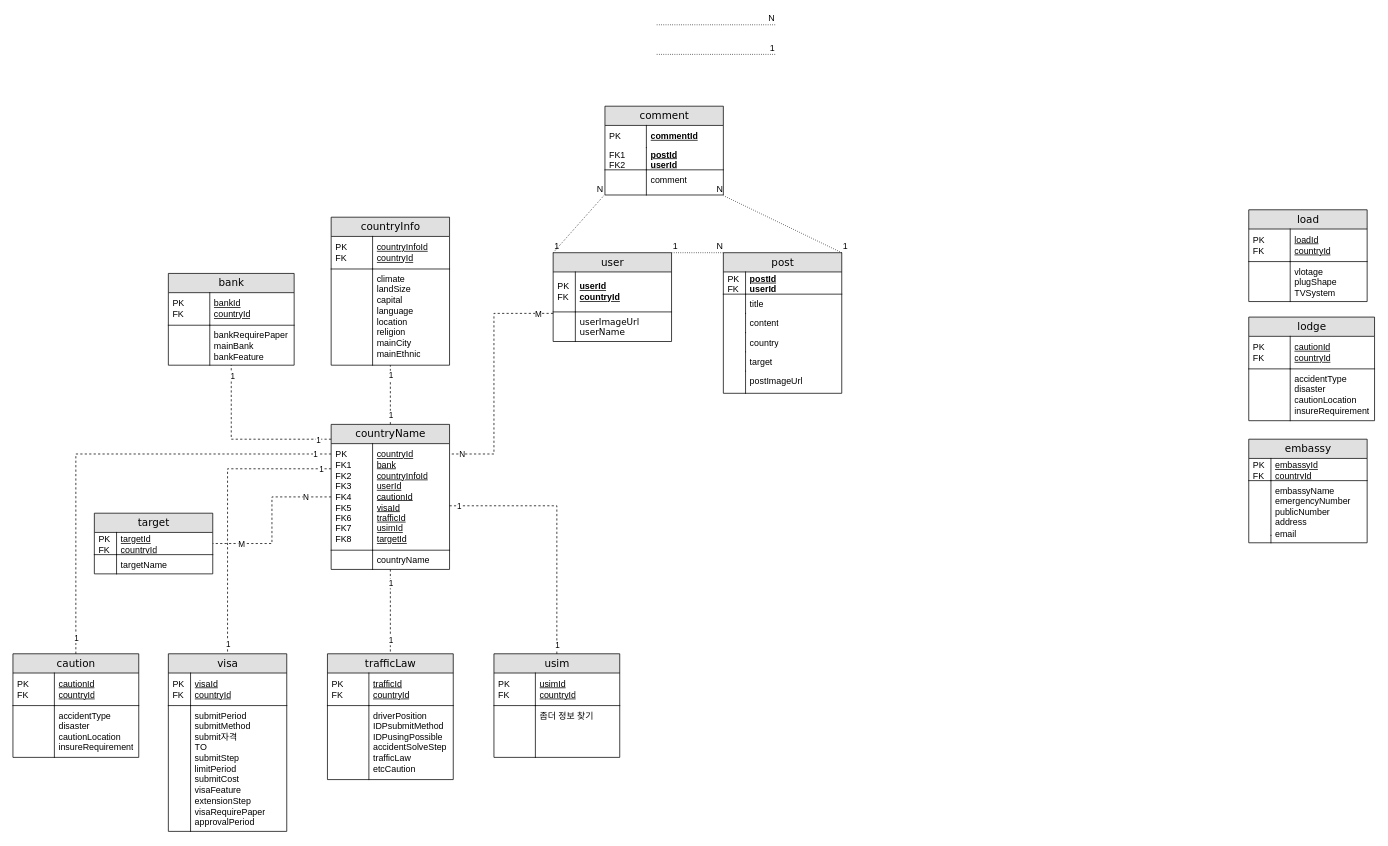
Before: ERD.drawio in qwe1234k/finalProjectERD, a draw.io diagram. Source tidied: cells renumbered, new cells numbered last; positions are measured from the earlier drawing's top-left corner, leaving out a move shared by most shapes. Both pictures are drawn from the tidied source at 74%, with x=0, y=0 at pixel (13, 24).
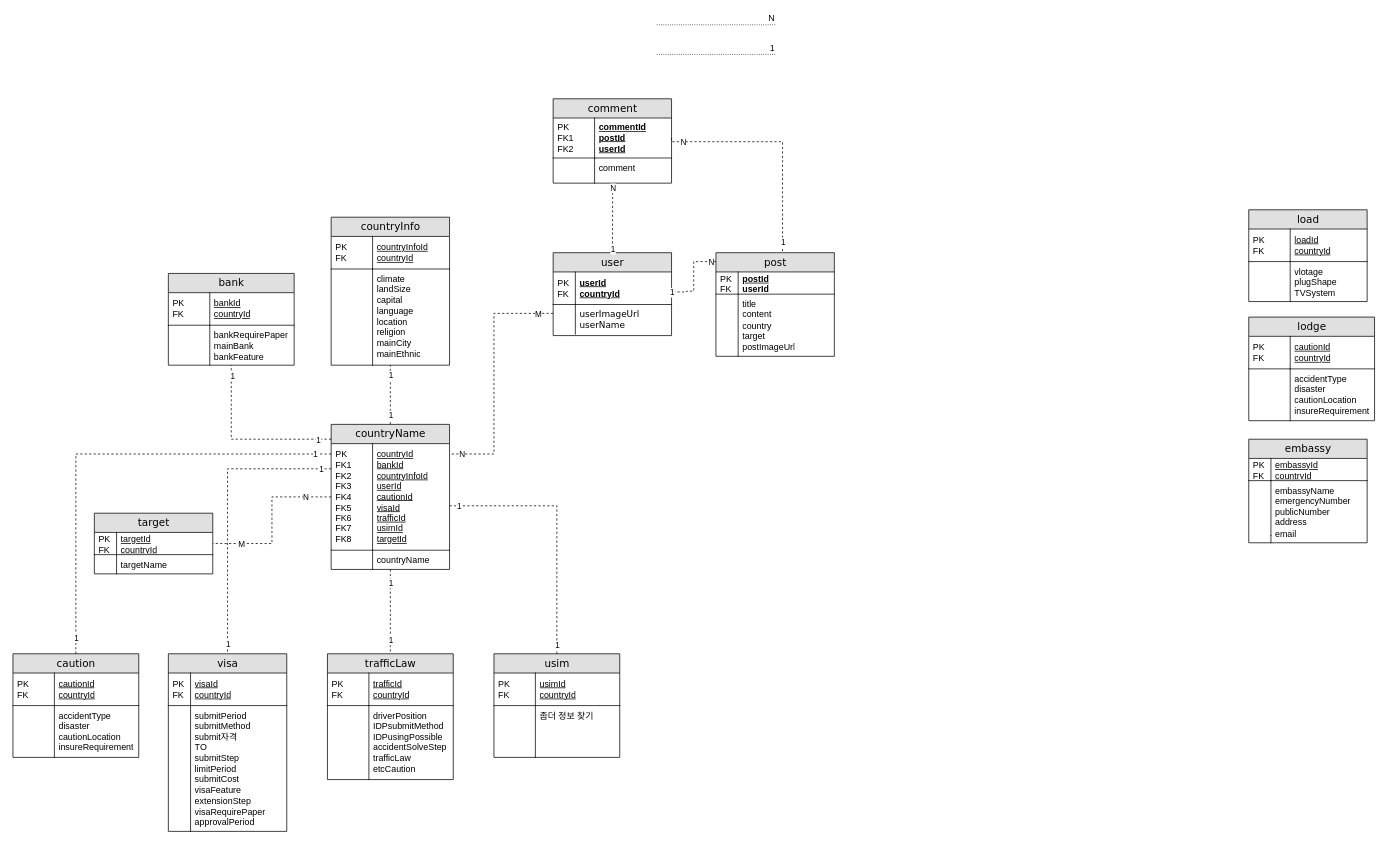
The same diagram, later.

Unchanged cells that the change refers to:
```xml
<mxCell id="92" value="countryName" style="swimlane;html=1;fontStyle=0;horizontal=1;startSize=26;fillColor=#e0e0e0;swimlaneFillColor=#ffffff;align=center;rounded=0;shadow=0;comic=0;labelBackgroundColor=none;strokeWidth=1;fontFamily=Verdana;fontSize=14;" parent="1" vertex="1">
  <mxGeometry x="430" y="540" width="160" height="196" as="geometry" />
</mxCell>
```

Diff of the diagram source:
```diff
@@
     <mxCell id="7" value="post" style="swimlane;html=1;fontStyle=0;horizontal=1;startSize=26;fillColor=#e0e0e0;swimlaneFillColor=#ffffff;align=center;rounded=0;shadow=0;comic=0;labelBackgroundColor=none;strokeWidth=1;fontFamily=Verdana;fontSize=14;" parent="1" vertex="1">
-      <mxGeometry x="960" y="308" width="160" height="190" as="geometry" />
+      <mxGeometry x="950" y="308" width="160" height="140" as="geometry" />
     </mxCell>
@@
-    <mxCell id="10" value="title" style="shape=partialRectangle;top=0;left=0;right=0;bottom=0;html=1;align=left;verticalAlign=top;fillColor=none;spacingLeft=34;spacingRight=4;whiteSpace=wrap;overflow=hidden;" parent="7" vertex="1">
-      <mxGeometry y="56" width="160" height="26" as="geometry" />
+    <mxCell id="10" value="title&lt;br&gt;content&lt;br&gt;country&lt;br&gt;target&lt;br&gt;postImageUrl" style="shape=partialRectangle;top=0;left=0;right=0;bottom=0;html=1;align=left;verticalAlign=top;fillColor=none;spacingLeft=34;spacingRight=4;whiteSpace=wrap;overflow=hidden;" parent="7" vertex="1">
+      <mxGeometry y="56" width="160" height="84" as="geometry" />
     </mxCell>
     <mxCell id="11" style="shape=partialRectangle;top=0;left=0;bottom=0;html=1;fillColor=none;align=left;verticalAlign=top;spacingLeft=4;spacingRight=4;whiteSpace=wrap;overflow=hidden;" parent="10" vertex="1">
-      <mxGeometry width="30" height="26" as="geometry" />
+      <mxGeometry width="30" height="84" as="geometry" />
     </mxCell>
-    <mxCell id="12" value="content" style="shape=partialRectangle;top=0;left=0;right=0;bottom=0;html=1;align=left;verticalAlign=top;fillColor=none;spacingLeft=34;spacingRight=4;whiteSpace=wrap;overflow=hidden;" parent="7" vertex="1">
-      <mxGeometry y="82" width="160" height="26" as="geometry" />
-    </mxCell>
-    <mxCell id="13" style="shape=partialRectangle;top=0;left=0;bottom=0;html=1;fillColor=none;align=left;verticalAlign=top;spacingLeft=4;spacingRight=4;whiteSpace=wrap;overflow=hidden;" parent="12" vertex="1">
-      <mxGeometry width="30" height="26" as="geometry" />
-    </mxCell>
-    <mxCell id="14" value="country" style="shape=partialRectangle;top=0;left=0;right=0;bottom=0;html=1;align=left;verticalAlign=top;fillColor=none;spacingLeft=34;spacingRight=4;whiteSpace=wrap;overflow=hidden;" parent="7" vertex="1">
-      <mxGeometry y="108" width="160" height="26" as="geometry" />
-    </mxCell>
-    <mxCell id="15" style="shape=partialRectangle;top=0;left=0;bottom=0;html=1;fillColor=none;align=left;verticalAlign=top;spacingLeft=4;spacingRight=4;whiteSpace=wrap;overflow=hidden;" parent="14" vertex="1">
-      <mxGeometry width="30" height="26" as="geometry" />
-    </mxCell>
-    <mxCell id="16" value="target" style="shape=partialRectangle;top=0;left=0;right=0;bottom=0;html=1;align=left;verticalAlign=top;fillColor=none;spacingLeft=34;spacingRight=4;whiteSpace=wrap;overflow=hidden;" parent="7" vertex="1">
-      <mxGeometry y="134" width="160" height="26" as="geometry" />
-    </mxCell>
-    <mxCell id="17" style="shape=partialRectangle;top=0;left=0;bottom=0;html=1;fillColor=none;align=left;verticalAlign=top;spacingLeft=4;spacingRight=4;whiteSpace=wrap;overflow=hidden;" parent="16" vertex="1">
-      <mxGeometry width="30" height="26" as="geometry" />
-    </mxCell>
-    <mxCell id="18" value="postImageUrl" style="shape=partialRectangle;top=0;left=0;right=0;bottom=0;html=1;align=left;verticalAlign=top;fillColor=none;spacingLeft=34;spacingRight=4;whiteSpace=wrap;overflow=hidden;" parent="7" vertex="1">
-      <mxGeometry y="160" width="160" height="30" as="geometry" />
-    </mxCell>
-    <mxCell id="19" style="shape=partialRectangle;top=0;left=0;bottom=0;html=1;fillColor=none;align=left;verticalAlign=top;spacingLeft=4;spacingRight=4;whiteSpace=wrap;overflow=hidden;" parent="18" vertex="1">
-      <mxGeometry width="30" height="30" as="geometry" />
-    </mxCell>
@@
     <mxCell id="32" value="comment" style="swimlane;html=1;fontStyle=0;horizontal=1;startSize=26;fillColor=#e0e0e0;swimlaneFillColor=#ffffff;align=center;rounded=0;shadow=0;comic=0;labelBackgroundColor=none;strokeWidth=1;fontFamily=Verdana;fontSize=14;" parent="1" vertex="1">
-      <mxGeometry x="800" y="110" width="160" height="120" as="geometry" />
+      <mxGeometry x="730" y="100" width="160" height="114" as="geometry" />
     </mxCell>
-    <mxCell id="33" value="commentId" style="shape=partialRectangle;top=0;left=0;right=0;bottom=0;html=1;align=left;verticalAlign=middle;fillColor=none;spacingLeft=60;spacingRight=4;whiteSpace=wrap;overflow=hidden;fontStyle=5;" parent="32" vertex="1">
-      <mxGeometry y="26" width="160" height="30" as="geometry" />
-    </mxCell>
-    <mxCell id="34" value="&lt;span style=&quot;font-weight: normal&quot;&gt;PK&lt;/span&gt;" style="shape=partialRectangle;fontStyle=1;top=0;left=0;bottom=0;html=1;fillColor=none;align=left;verticalAlign=middle;spacingLeft=4;spacingRight=4;whiteSpace=wrap;overflow=hidden;" parent="33" vertex="1">
-      <mxGeometry width="56" height="30" as="geometry" />
-    </mxCell>
-    <mxCell id="35" value="postId&lt;br&gt;userId" style="shape=partialRectangle;top=0;left=0;right=0;bottom=1;html=1;align=left;verticalAlign=middle;fillColor=none;spacingLeft=60;spacingRight=4;whiteSpace=wrap;overflow=hidden;points=[[0,0.5],[1,0.5]];portConstraint=eastwest;fontStyle=5;" parent="32" vertex="1">
-      <mxGeometry y="56" width="160" height="30" as="geometry" />
+    <mxCell id="35" value="commentId&lt;br&gt;postId&lt;br&gt;userId" style="shape=partialRectangle;top=0;left=0;right=0;bottom=1;html=1;align=left;verticalAlign=middle;fillColor=none;spacingLeft=60;spacingRight=4;whiteSpace=wrap;overflow=hidden;points=[[0,0.5],[1,0.5]];portConstraint=eastwest;fontStyle=5;" parent="32" vertex="1">
+      <mxGeometry y="26" width="160" height="54" as="geometry" />
     </mxCell>
-    <mxCell id="36" value="&lt;span style=&quot;font-weight: normal&quot;&gt;FK1&lt;br&gt;FK2&lt;br&gt;&lt;/span&gt;" style="shape=partialRectangle;fontStyle=1;top=0;left=0;bottom=0;html=1;fillColor=none;align=left;verticalAlign=middle;spacingLeft=4;spacingRight=4;whiteSpace=wrap;overflow=hidden;" parent="35" vertex="1">
-      <mxGeometry width="56" height="30" as="geometry" />
+    <mxCell id="36" value="&lt;span style=&quot;font-weight: 400&quot;&gt;PK&lt;/span&gt;&lt;br style=&quot;font-weight: 400&quot;&gt;&lt;span style=&quot;font-weight: 400&quot;&gt;FK1&lt;/span&gt;&lt;br style=&quot;font-weight: 400&quot;&gt;&lt;span style=&quot;font-weight: 400&quot;&gt;FK2&lt;/span&gt;&lt;span style=&quot;font-weight: normal&quot;&gt;&lt;br&gt;&lt;/span&gt;" style="shape=partialRectangle;fontStyle=1;top=0;left=0;bottom=0;html=1;fillColor=none;align=left;verticalAlign=middle;spacingLeft=4;spacingRight=4;whiteSpace=wrap;overflow=hidden;" parent="35" vertex="1">
+      <mxGeometry width="56" height="54" as="geometry" />
     </mxCell>
     <mxCell id="37" value="comment" style="shape=partialRectangle;top=0;left=0;right=0;bottom=0;html=1;align=left;verticalAlign=top;fillColor=none;spacingLeft=60;spacingRight=4;whiteSpace=wrap;overflow=hidden;points=[[0,0.5],[1,0.5]];portConstraint=eastwest;" parent="32" vertex="1">
-      <mxGeometry y="86" width="160" height="34" as="geometry" />
+      <mxGeometry y="80" width="160" height="34" as="geometry" />
     </mxCell>
@@
     <mxCell id="44" value="user" style="swimlane;html=1;fontStyle=0;horizontal=1;startSize=26;fillColor=#e0e0e0;swimlaneFillColor=#ffffff;align=center;rounded=0;shadow=0;comic=0;labelBackgroundColor=none;strokeWidth=1;fontFamily=Verdana;fontSize=14;" parent="1" vertex="1">
-      <mxGeometry x="730" y="308" width="160" height="120" as="geometry" />
+      <mxGeometry x="730" y="308" width="160" height="112" as="geometry" />
     </mxCell>
     <mxCell id="45" value="userId&lt;br&gt;countryId" style="shape=partialRectangle;top=0;left=0;right=0;bottom=1;html=1;align=left;verticalAlign=middle;fillColor=none;spacingLeft=34;spacingRight=4;whiteSpace=wrap;overflow=hidden;points=[[0,0.5],[1,0.5]];portConstraint=eastwest;fontStyle=5;" parent="44" vertex="1">
-      <mxGeometry y="26" width="160" height="54" as="geometry" />
+      <mxGeometry y="26" width="160" height="44" as="geometry" />
     </mxCell>
     <mxCell id="46" value="PK&lt;br&gt;FK" style="shape=partialRectangle;top=0;left=0;bottom=0;html=1;fillColor=none;align=left;verticalAlign=middle;spacingLeft=4;spacingRight=4;whiteSpace=wrap;overflow=hidden;" parent="45" vertex="1">
-      <mxGeometry width="30" height="54" as="geometry" />
+      <mxGeometry width="30" height="44" as="geometry" />
     </mxCell>
     <mxCell id="47" value="&lt;span style=&quot;font-family: &amp;#34;verdana&amp;#34;&quot;&gt;userImageUrl&lt;br&gt;&lt;/span&gt;&lt;span style=&quot;font-family: &amp;#34;verdana&amp;#34;&quot;&gt;userName&lt;/span&gt;&lt;span style=&quot;font-family: &amp;#34;verdana&amp;#34;&quot;&gt;&lt;br&gt;&lt;/span&gt;" style="shape=partialRectangle;top=0;left=0;right=0;bottom=0;html=1;align=left;verticalAlign=top;fillColor=none;spacingLeft=34;spacingRight=4;whiteSpace=wrap;overflow=hidden;" parent="44" vertex="1">
-      <mxGeometry y="80" width="160" height="40" as="geometry" />
+      <mxGeometry y="70" width="160" height="40" as="geometry" />
     </mxCell>
@@
-    <mxCell id="53" style="endArrow=none;html=1;rounded=0;dashed=1;dashPattern=1 2;exitX=1;exitY=0;exitDx=0;exitDy=0;entryX=1;entryY=1.023;entryDx=0;entryDy=0;entryPerimeter=0;" parent="1" edge="1" source="7" target="37">
-      <mxGeometry relative="1" as="geometry" />
-    </mxCell>
-    <mxCell id="54" value="1" style="html=1;align=left;verticalAlign=bottom;" parent="53" vertex="1">
-      <mxGeometry x="-1" relative="1" as="geometry" />
-    </mxCell>
-    <mxCell id="55" value="N" style="html=1;align=right;verticalAlign=bottom;" parent="53" vertex="1">
-      <mxGeometry x="1" relative="1" as="geometry" />
-    </mxCell>
@@
-    <mxCell id="86" style="endArrow=none;html=1;rounded=0;dashed=1;dashPattern=1 2;exitX=1;exitY=0;exitDx=0;exitDy=0;entryX=0;entryY=0;entryDx=0;entryDy=0;" parent="1" edge="1" source="44" target="7">
-      <mxGeometry relative="1" as="geometry" />
-    </mxCell>
-    <mxCell id="87" value="1" style="html=1;align=left;verticalAlign=bottom;" parent="86" vertex="1">
-      <mxGeometry x="-1" relative="1" as="geometry" />
-    </mxCell>
-    <mxCell id="88" value="N" style="html=1;align=right;verticalAlign=bottom;" parent="86" vertex="1">
-      <mxGeometry x="1" relative="1" as="geometry" />
-    </mxCell>
-    <mxCell id="89" style="endArrow=none;html=1;rounded=0;dashed=1;dashPattern=1 2;exitX=0;exitY=0;exitDx=0;exitDy=0;entryX=-0.01;entryY=1.028;entryDx=0;entryDy=0;entryPerimeter=0;" parent="1" edge="1" source="44" target="37">
-      <mxGeometry relative="1" as="geometry" />
-    </mxCell>
-    <mxCell id="90" value="1" style="html=1;align=left;verticalAlign=bottom;" parent="89" vertex="1">
-      <mxGeometry x="-1" relative="1" as="geometry" />
-    </mxCell>
-    <mxCell id="91" value="N" style="html=1;align=right;verticalAlign=bottom;" parent="89" vertex="1">
-      <mxGeometry x="1" relative="1" as="geometry" />
-    </mxCell>
@@
-    <mxCell id="93" value="&lt;font face=&quot;helvetica&quot; style=&quot;font-weight: normal&quot;&gt;countryId&lt;br&gt;bank&lt;br&gt;countryInfoId&lt;br&gt;userId&lt;br&gt;cautionId&lt;br&gt;visaId&lt;br&gt;trafficId&lt;br&gt;usimId&lt;br&gt;targetId&lt;br&gt;&lt;/font&gt;" style="shape=partialRectangle;top=0;left=0;right=0;bottom=1;html=1;align=left;verticalAlign=middle;fillColor=none;spacingLeft=60;spacingRight=4;whiteSpace=wrap;overflow=hidden;fontStyle=5;" parent="92" vertex="1">
+    <mxCell id="93" value="&lt;font face=&quot;helvetica&quot; style=&quot;font-weight: normal&quot;&gt;countryId&lt;br&gt;bankId&lt;br&gt;countryInfoId&lt;br&gt;userId&lt;br&gt;cautionId&lt;br&gt;visaId&lt;br&gt;trafficId&lt;br&gt;usimId&lt;br&gt;targetId&lt;br&gt;&lt;/font&gt;" style="shape=partialRectangle;top=0;left=0;right=0;bottom=1;html=1;align=left;verticalAlign=middle;fillColor=none;spacingLeft=60;spacingRight=4;whiteSpace=wrap;overflow=hidden;fontStyle=5;" parent="92" vertex="1">
       <mxGeometry y="26" width="160" height="144" as="geometry" />
     </mxCell>
@@
+    <mxCell id="121" style="edgeStyle=orthogonalEdgeStyle;rounded=0;jettySize=auto;html=1;endArrow=none;endFill=0;dashed=1;exitX=0.502;exitY=1.017;exitDx=0;exitDy=0;exitPerimeter=0;" parent="1" edge="1" source="37" target="44">
+      <mxGeometry relative="1" as="geometry" />
+    </mxCell>
+    <mxCell id="122" value="N" style="edgeLabel;html=1;align=center;verticalAlign=middle;" parent="121" vertex="1">
+      <mxGeometry x="-0.87" relative="1" as="geometry" />
+    </mxCell>
+    <mxCell id="123" value="1" style="edgeLabel;html=1;align=center;verticalAlign=middle;" parent="121" vertex="1">
+      <mxGeometry x="0.9" relative="1" as="geometry" />
+    </mxCell>
+    <mxCell id="124" style="edgeStyle=orthogonalEdgeStyle;rounded=0;jettySize=auto;html=1;endArrow=none;endFill=0;dashed=1;entryX=1;entryY=0.5;entryDx=0;entryDy=0;" parent="1" edge="1" source="7" target="45">
+      <mxGeometry relative="1" as="geometry">
+        <Array as="points">
+          <mxPoint x="920" y="320" />
+          <mxPoint x="920" y="360" />
+          <mxPoint x="910" y="360" />
+          <mxPoint x="910" y="361" />
+        </Array>
+      </mxGeometry>
+    </mxCell>
+    <mxCell id="125" value="N" style="edgeLabel;html=1;align=center;verticalAlign=middle;" parent="124" vertex="1">
+      <mxGeometry x="-0.87" relative="1" as="geometry" />
+    </mxCell>
+    <mxCell id="126" value="1" style="edgeLabel;html=1;align=center;verticalAlign=middle;" parent="124" vertex="1">
+      <mxGeometry x="0.9" relative="1" as="geometry" />
+    </mxCell>
+    <mxCell id="127" style="edgeStyle=orthogonalEdgeStyle;rounded=0;jettySize=auto;html=1;endArrow=none;endFill=0;dashed=1;exitX=1;exitY=0.5;exitDx=0;exitDy=0;" parent="1" edge="1" source="35" target="7">
+      <mxGeometry relative="1" as="geometry">
+        <Array as="points">
+          <mxPoint x="1040" y="158" />
+        </Array>
+      </mxGeometry>
+    </mxCell>
+    <mxCell id="128" value="N" style="edgeLabel;html=1;align=center;verticalAlign=middle;" parent="127" vertex="1">
+      <mxGeometry x="-0.87" relative="1" as="geometry" />
+    </mxCell>
+    <mxCell id="129" value="1" style="edgeLabel;html=1;align=center;verticalAlign=middle;" parent="127" vertex="1">
+      <mxGeometry x="0.9" relative="1" as="geometry" />
+    </mxCell>
```
